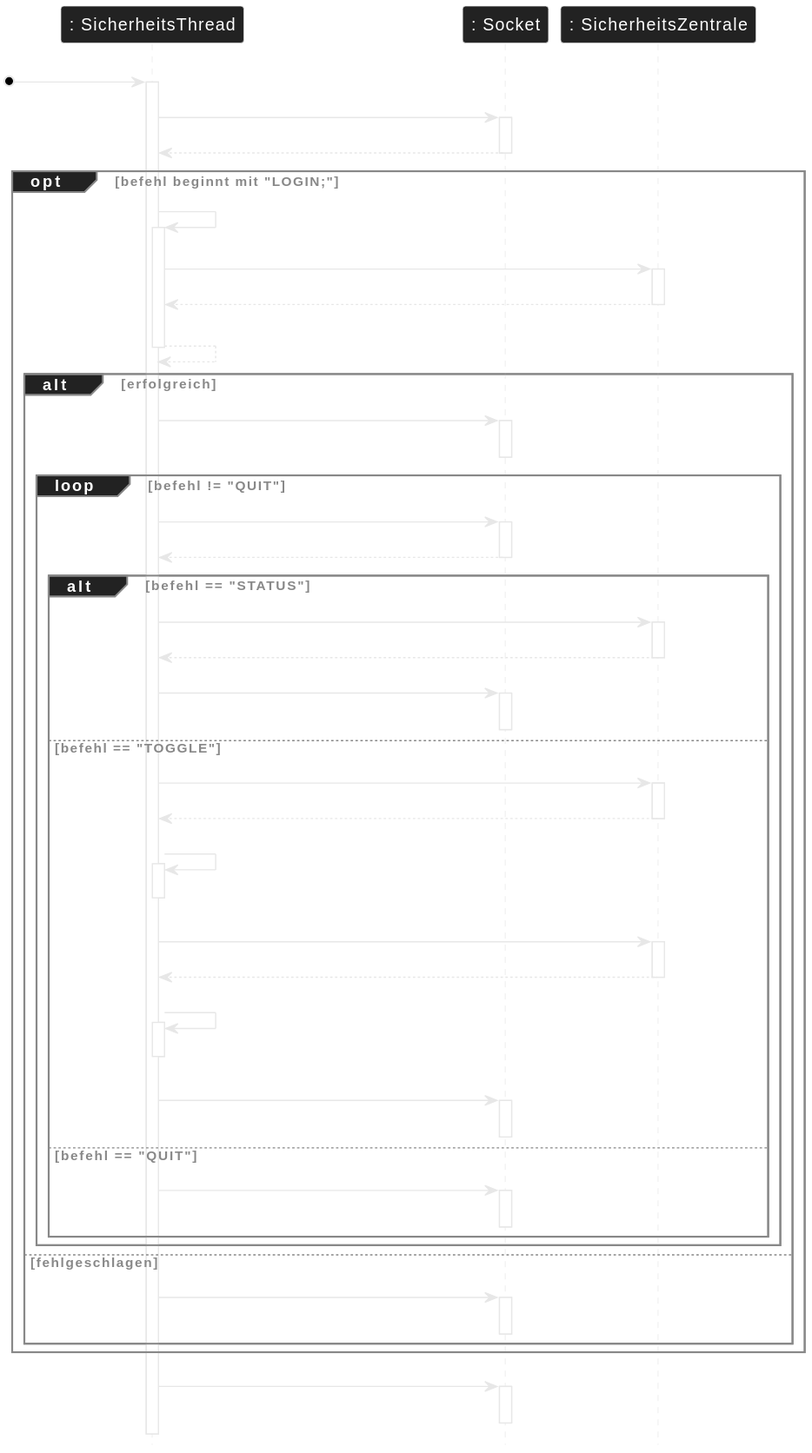
Earlier version of the PlantUML export assets/img/sec5/lvl23-2.svg (OnlyCook/abitur-elite-code). The source it was exported from:
```plantuml
@startuml
skinparam backgroundcolor transparent
skinparam classAttributeIconSize 0
skinparam SequenceGroupFontColor #888888
skinparam SequenceGroupBorderColor #888888
skinparam SequenceGroupBackgroundColor #222222
hide footbox
participant ": SicherheitsThread" as T
participant ": Socket" as CS
participant ": SicherheitsZentrale" as Z

[o-> T : run()
activate T
T -> CS : readLine()
activate CS
CS --> T : befehl
deactivate CS
opt befehl beginnt mit "LOGIN;"
  T -> T : vergleicheZugangsdaten(user, pin)
  activate T
  T -> Z : getVerwaltung()
  activate Z
  Z --> T : verwaltung
  deactivate Z
  T --> T : true/false
  deactivate T
  alt erfolgreich
    T -> CS : write("+OK Willkommen\\n")
    activate CS
    deactivate CS
    loop befehl != "QUIT"
      T -> CS : readLine()
      activate CS
      CS --> T : befehl
      deactivate CS
      alt befehl == "STATUS"
        T -> Z : getAlarmanlage()
        activate Z
        Z --> T : alarmanlage
        deactivate Z
        T -> CS : write("+OK ALARM_ON (oder OFF)\\n")
        activate CS
        deactivate CS
      else befehl == "TOGGLE"
        T -> Z : getAlarmanlage()
        activate Z
        Z --> T : alarmanlage
        deactivate Z
        T -> T : wechsle Status (aktiv)
        activate T
        deactivate T
        T -> Z : getLog()
        activate Z
        Z --> T : log
        deactivate Z
        T -> T : füge Eintrag hinzu
        activate T
        deactivate T
        T -> CS : write("+OK Umschaltung erfolgreich\\n")
        activate CS
        deactivate CS
      else befehl == "QUIT"
        T -> CS : write("+OK Bye\\n")
        activate CS
        deactivate CS
      end
    end
  else fehlgeschlagen
    T -> CS : write("-ERR Login fehlgeschlagen\\n")
    activate CS
    deactivate CS
  end
end
T -> CS : close()
activate CS
deactivate CS
@enduml
```
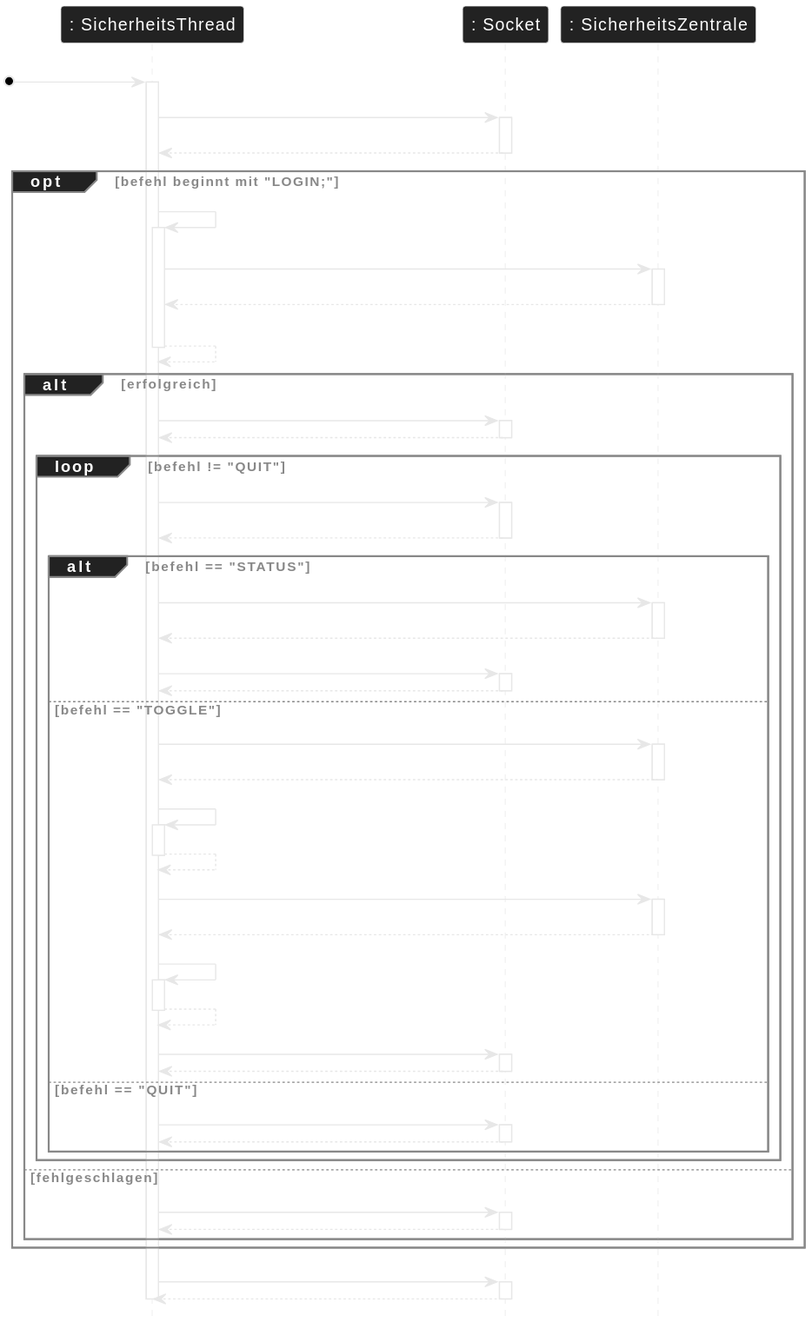
After the commit.

Change to the diagram source:
```diff
@@ -27,6 +27,7 @@
   alt erfolgreich
     T -> CS : write("+OK Willkommen\\n")
     activate CS
+    CS --> T
     deactivate CS
     loop befehl != "QUIT"
       T -> CS : readLine()
@@ -40,6 +41,7 @@
         deactivate Z
         T -> CS : write("+OK ALARM_ON (oder OFF)\\n")
         activate CS
+        CS --> T
         deactivate CS
       else befehl == "TOGGLE"
         T -> Z : getAlarmanlage()
@@ -48,6 +50,7 @@
         deactivate Z
         T -> T : wechsle Status (aktiv)
         activate T
+        T --> T
         deactivate T
         T -> Z : getLog()
         activate Z
@@ -55,23 +58,29 @@
         deactivate Z
         T -> T : füge Eintrag hinzu
         activate T
+        T --> T
         deactivate T
         T -> CS : write("+OK Umschaltung erfolgreich\\n")
         activate CS
+        CS --> T
         deactivate CS
       else befehl == "QUIT"
         T -> CS : write("+OK Bye\\n")
         activate CS
+        CS --> T
         deactivate CS
       end
     end
   else fehlgeschlagen
     T -> CS : write("-ERR Login fehlgeschlagen\\n")
     activate CS
+    CS --> T
     deactivate CS
   end
 end
 T -> CS : close()
 activate CS
+CS --> T
 deactivate CS
+deactivate T
 @enduml
```
